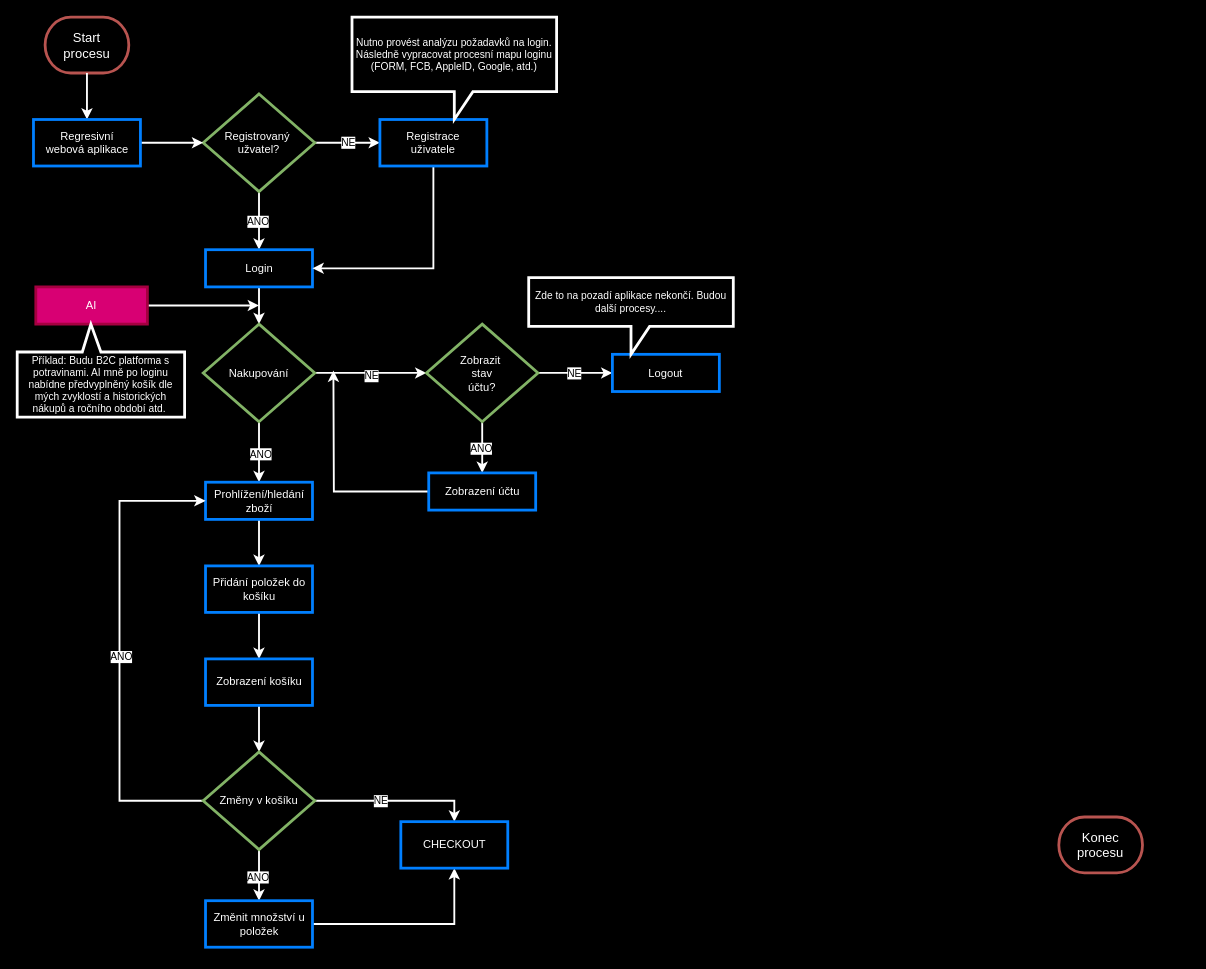
Earlier version of the draw.io diagram asseco_solutions/asseco_solution_case_study_v1.drawio (janbavor/drawio). Source tidied: cells renumbered, new cells numbered last; positions are measured from the earlier drawing's top-left corner, leaving out a move shared by most shapes. Both pictures are drawn from the tidied source at 93%, with x=0, y=0 at pixel (17, 17).
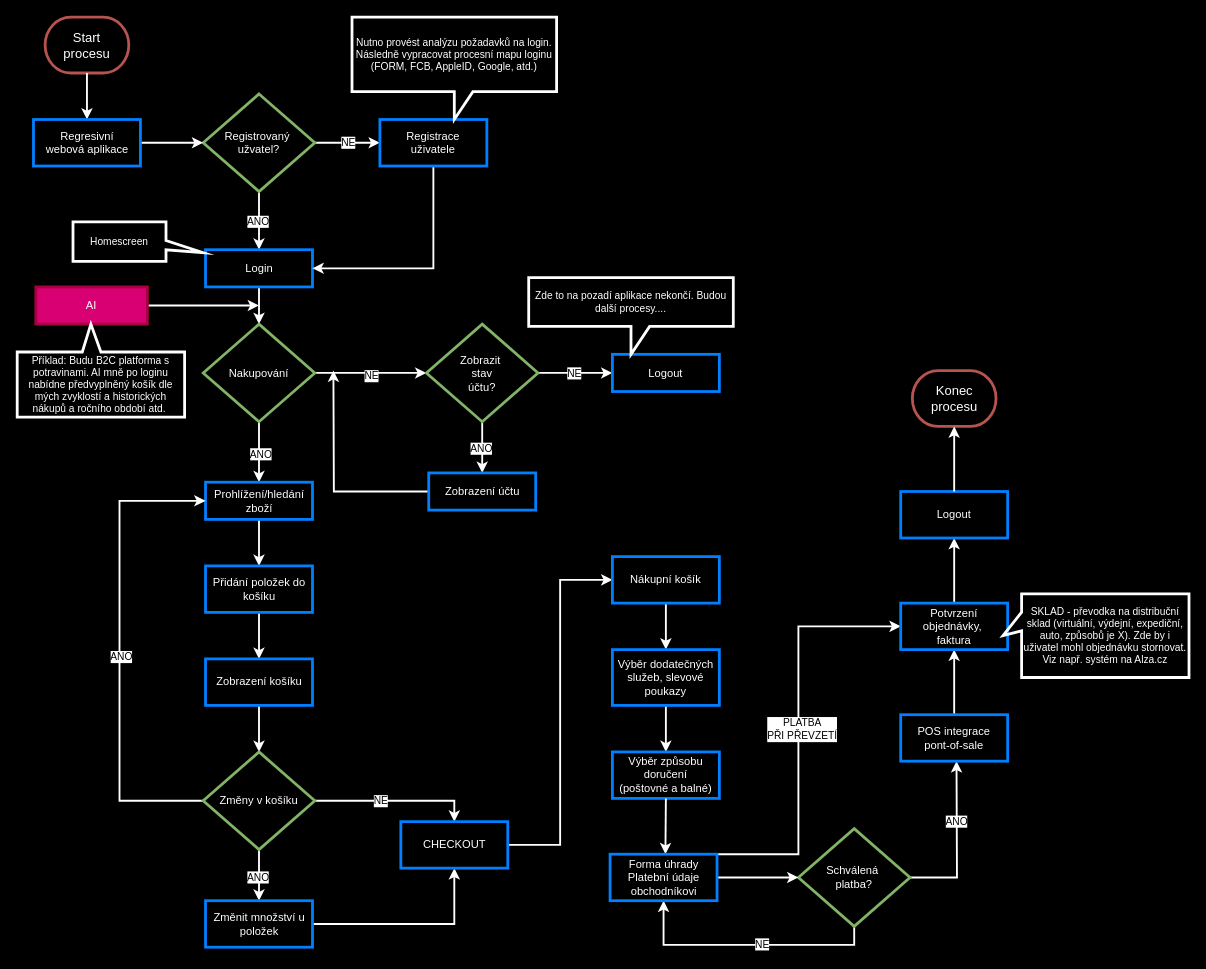
The same diagram, later.

Unchanged cells that the change refers to:
```xml
<mxCell id="53" value="&lt;font color=&quot;#ffffff&quot;&gt;CHECKOUT&lt;br&gt;&lt;/font&gt;" style="whiteSpace=wrap;html=1;fillColor=none;strokeColor=#007FFF;strokeWidth=3;fillStyle=auto;" parent="1" vertex="1">
  <mxGeometry x="412.5" y="865" width="115" height="50" as="geometry" />
</mxCell>
```

Change to the diagram source:
```diff
@@
     <mxCell id="2" value="&lt;font style=&quot;font-size: 14px;&quot; color=&quot;#ffffff&quot;&gt;Konec procesu&lt;/font&gt;" style="strokeWidth=3;html=1;shape=mxgraph.flowchart.terminator;whiteSpace=wrap;fillColor=none;strokeColor=#b85450;fillStyle=auto;" parent="1" vertex="1">
-      <mxGeometry x="1120" y="860" width="90" height="60" as="geometry" />
+      <mxGeometry x="962.5" y="380" width="90" height="60" as="geometry" />
     </mxCell>
@@
+    <mxCell id="54" style="edgeStyle=orthogonalEdgeStyle;shape=connector;rounded=0;jettySize=auto;html=1;exitX=1;exitY=0.5;exitDx=0;exitDy=0;entryX=0;entryY=0.5;entryDx=0;entryDy=0;labelBackgroundColor=default;strokeColor=#FFFFFF;strokeWidth=2;align=center;verticalAlign=middle;fontFamily=Helvetica;fontSize=11;fontColor=default;endArrow=classic;" parent="1" edge="1" source="53" target="56">
+      <mxGeometry relative="1" as="geometry" />
+    </mxCell>
@@
+    <mxCell id="55" style="edgeStyle=orthogonalEdgeStyle;shape=connector;rounded=0;jettySize=auto;html=1;exitX=0.5;exitY=1;exitDx=0;exitDy=0;entryX=0.5;entryY=0;entryDx=0;entryDy=0;labelBackgroundColor=default;strokeColor=#FFFFFF;strokeWidth=2;align=center;verticalAlign=middle;fontFamily=Helvetica;fontSize=11;fontColor=default;endArrow=classic;" parent="1" edge="1" source="56" target="58">
+      <mxGeometry relative="1" as="geometry" />
+    </mxCell>
+    <mxCell id="56" value="&lt;font color=&quot;#ffffff&quot;&gt;Nákupní košík&lt;br&gt;&lt;/font&gt;" style="whiteSpace=wrap;html=1;fillColor=none;strokeColor=#007FFF;strokeWidth=3;fillStyle=auto;" parent="1" vertex="1">
+      <mxGeometry x="640" y="580" width="115" height="50" as="geometry" />
+    </mxCell>
+    <mxCell id="57" style="edgeStyle=orthogonalEdgeStyle;shape=connector;rounded=0;jettySize=auto;html=1;entryX=0.5;entryY=0;entryDx=0;entryDy=0;labelBackgroundColor=default;strokeColor=#FFFFFF;strokeWidth=2;align=center;verticalAlign=middle;fontFamily=Helvetica;fontSize=11;fontColor=default;endArrow=classic;" parent="1" edge="1" source="58" target="59">
+      <mxGeometry relative="1" as="geometry" />
+    </mxCell>
+    <mxCell id="58" value="&lt;font color=&quot;#ffffff&quot;&gt;Výběr dodatečných služeb, slevové poukazy&lt;br&gt;&lt;/font&gt;" style="whiteSpace=wrap;html=1;fillColor=none;strokeColor=#007FFF;strokeWidth=3;fillStyle=auto;" parent="1" vertex="1">
+      <mxGeometry x="640" y="680" width="115" height="60" as="geometry" />
+    </mxCell>
+    <mxCell id="59" value="&lt;font color=&quot;#ffffff&quot;&gt;Výběr způsobu doručení &lt;br&gt;(poštovné a balné)&lt;br&gt;&lt;/font&gt;" style="whiteSpace=wrap;html=1;fillColor=none;strokeColor=#007FFF;strokeWidth=3;fillStyle=auto;" parent="1" vertex="1">
+      <mxGeometry x="640" y="790" width="115" height="50" as="geometry" />
+    </mxCell>
+    <mxCell id="60" style="edgeStyle=orthogonalEdgeStyle;shape=connector;rounded=0;jettySize=auto;html=1;exitX=1;exitY=0.5;exitDx=0;exitDy=0;labelBackgroundColor=default;strokeColor=#FFFFFF;strokeWidth=2;align=center;verticalAlign=middle;fontFamily=Helvetica;fontSize=11;fontColor=default;endArrow=classic;" parent="1" edge="1" source="64">
+      <mxGeometry relative="1" as="geometry">
+        <mxPoint x="1010" y="800" as="targetPoint" />
+      </mxGeometry>
+    </mxCell>
+    <mxCell id="61" value="ANO" style="edgeLabel;html=1;align=center;verticalAlign=middle;fontSize=11;fontFamily=Helvetica;fontColor=default;" parent="60" vertex="1">
+      <mxGeometry x="0.27" y="1" relative="1" as="geometry" />
+    </mxCell>
+    <mxCell id="62" style="edgeStyle=orthogonalEdgeStyle;shape=connector;rounded=0;jettySize=auto;html=1;exitX=0.5;exitY=1;exitDx=0;exitDy=0;entryX=0.5;entryY=1;entryDx=0;entryDy=0;labelBackgroundColor=default;strokeColor=#FFFFFF;strokeWidth=2;align=center;verticalAlign=middle;fontFamily=Helvetica;fontSize=11;fontColor=default;endArrow=classic;" parent="1" edge="1" source="64" target="69">
+      <mxGeometry relative="1" as="geometry" />
+    </mxCell>
+    <mxCell id="63" value="NE" style="edgeLabel;html=1;align=center;verticalAlign=middle;fontSize=11;fontFamily=Helvetica;fontColor=default;" parent="62" vertex="1">
+      <mxGeometry x="-0.12" y="-1" relative="1" as="geometry" />
+    </mxCell>
+    <mxCell id="64" value="&lt;font color=&quot;#ffffff&quot;&gt;Schválená&amp;nbsp;&lt;br&gt;platba?&lt;br&gt;&lt;/font&gt;" style="rhombus;whiteSpace=wrap;html=1;fillColor=none;strokeColor=#82b366;strokeWidth=3;fillStyle=auto;" parent="1" vertex="1">
+      <mxGeometry x="840" y="872.5" width="120" height="105" as="geometry" />
+    </mxCell>
+    <mxCell id="65" style="edgeStyle=orthogonalEdgeStyle;shape=connector;rounded=0;jettySize=auto;html=1;exitX=0.5;exitY=1;exitDx=0;exitDy=0;labelBackgroundColor=default;strokeColor=#FFFFFF;strokeWidth=2;align=center;verticalAlign=middle;fontFamily=Helvetica;fontSize=11;fontColor=default;endArrow=classic;" parent="1" edge="1" source="59">
+      <mxGeometry relative="1" as="geometry">
+        <mxPoint x="697" y="900" as="targetPoint" />
+      </mxGeometry>
+    </mxCell>
+    <mxCell id="66" style="edgeStyle=orthogonalEdgeStyle;shape=connector;rounded=0;jettySize=auto;html=1;exitX=1;exitY=0.5;exitDx=0;exitDy=0;entryX=0;entryY=0.5;entryDx=0;entryDy=0;labelBackgroundColor=default;strokeColor=#FFFFFF;strokeWidth=2;align=center;verticalAlign=middle;fontFamily=Helvetica;fontSize=11;fontColor=default;endArrow=classic;" parent="1" edge="1" source="69" target="64">
+      <mxGeometry relative="1" as="geometry" />
+    </mxCell>
+    <mxCell id="67" style="edgeStyle=orthogonalEdgeStyle;shape=connector;rounded=0;jettySize=auto;html=1;exitX=1;exitY=0;exitDx=0;exitDy=0;entryX=0;entryY=0.5;entryDx=0;entryDy=0;labelBackgroundColor=default;strokeColor=#FFFFFF;strokeWidth=2;align=center;verticalAlign=middle;fontFamily=Helvetica;fontSize=11;fontColor=default;endArrow=classic;" parent="1" edge="1" source="69" target="73">
+      <mxGeometry relative="1" as="geometry">
+        <Array as="points">
+          <mxPoint x="840" y="900" />
+          <mxPoint x="840" y="655" />
+        </Array>
+      </mxGeometry>
+    </mxCell>
+    <mxCell id="68" value="PLATBA &lt;br&gt;PŘI PŘEVZETÍ" style="edgeLabel;html=1;align=center;verticalAlign=middle;fontSize=11;fontFamily=Helvetica;fontColor=default;" parent="67" vertex="1">
+      <mxGeometry x="0.01" y="-3" relative="1" as="geometry">
+        <mxPoint y="1" as="offset" />
+      </mxGeometry>
+    </mxCell>
+    <mxCell id="69" value="&lt;font color=&quot;#ffffff&quot;&gt;Forma úhrady&lt;br&gt;Platební údaje obchodníkovi&lt;br&gt;&lt;/font&gt;" style="whiteSpace=wrap;html=1;fillColor=none;strokeColor=#007FFF;strokeWidth=3;fillStyle=auto;" parent="1" vertex="1">
+      <mxGeometry x="637.5" y="900" width="115" height="50" as="geometry" />
+    </mxCell>
+    <mxCell id="70" style="edgeStyle=orthogonalEdgeStyle;shape=connector;rounded=0;jettySize=auto;html=1;exitX=0.5;exitY=0;exitDx=0;exitDy=0;labelBackgroundColor=default;strokeColor=#FFFFFF;strokeWidth=2;align=center;verticalAlign=middle;fontFamily=Helvetica;fontSize=11;fontColor=default;endArrow=classic;" parent="1" edge="1" source="71" target="73">
+      <mxGeometry relative="1" as="geometry" />
+    </mxCell>
+    <mxCell id="71" value="&lt;font color=&quot;#ffffff&quot;&gt;POS integrace&lt;br&gt;pont-of-sale&lt;br&gt;&lt;/font&gt;" style="whiteSpace=wrap;html=1;fillColor=none;strokeColor=#007FFF;strokeWidth=3;fillStyle=auto;" parent="1" vertex="1">
+      <mxGeometry x="950" y="750" width="115" height="50" as="geometry" />
+    </mxCell>
+    <mxCell id="72" style="edgeStyle=orthogonalEdgeStyle;shape=connector;rounded=0;jettySize=auto;html=1;entryX=0.5;entryY=1;entryDx=0;entryDy=0;labelBackgroundColor=default;strokeColor=#FFFFFF;strokeWidth=2;align=center;verticalAlign=middle;fontFamily=Helvetica;fontSize=11;fontColor=default;endArrow=classic;" parent="1" edge="1" source="73" target="74">
+      <mxGeometry relative="1" as="geometry" />
+    </mxCell>
+    <mxCell id="73" value="&lt;font color=&quot;#ffffff&quot;&gt;Potvrzení objednávky,&amp;nbsp;&lt;br&gt;faktura&lt;br&gt;&lt;/font&gt;" style="whiteSpace=wrap;html=1;fillColor=none;strokeColor=#007FFF;strokeWidth=3;fillStyle=auto;" parent="1" vertex="1">
+      <mxGeometry x="950" y="630" width="115" height="50" as="geometry" />
+    </mxCell>
+    <mxCell id="74" value="&lt;font color=&quot;#ffffff&quot;&gt;Logout&lt;br&gt;&lt;/font&gt;" style="whiteSpace=wrap;html=1;fillColor=none;strokeColor=#007FFF;strokeWidth=3;fillStyle=auto;" parent="1" vertex="1">
+      <mxGeometry x="950" y="510" width="115" height="50" as="geometry" />
+    </mxCell>
+    <mxCell id="75" style="edgeStyle=orthogonalEdgeStyle;shape=connector;rounded=0;jettySize=auto;html=1;entryX=0.5;entryY=1;entryDx=0;entryDy=0;entryPerimeter=0;labelBackgroundColor=default;strokeColor=#FFFFFF;strokeWidth=2;align=center;verticalAlign=middle;fontFamily=Helvetica;fontSize=11;fontColor=default;endArrow=classic;" parent="1" edge="1" source="74" target="2">
+      <mxGeometry relative="1" as="geometry" />
+    </mxCell>
+    <mxCell id="76" value="Homescreen" style="shape=callout;whiteSpace=wrap;html=1;perimeter=calloutPerimeter;fontFamily=Helvetica;fontSize=11;fillColor=none;strokeColor=#FFFFFF;fontColor=#FFFFFF;strokeWidth=3;position2=0.22;direction=north;size=40;position=0.29;base=10;" parent="1" vertex="1">
+      <mxGeometry x="60" y="220" width="140" height="42.5" as="geometry" />
+    </mxCell>
+    <mxCell id="77" value="SKLAD - převodka na distribuční sklad (virtuální, výdejní, expediční, auto, způsobů je X). Zde by i uživatel mohl objednávku stornovat. Viz např. systém na Alza.cz" style="shape=callout;whiteSpace=wrap;html=1;perimeter=calloutPerimeter;fontFamily=Helvetica;fontSize=11;fillColor=none;strokeColor=#FFFFFF;fontColor=#FFFFFF;strokeWidth=3;direction=south;size=20;position=0.22;" parent="1" vertex="1">
+      <mxGeometry x="1060" y="620" width="200" height="90" as="geometry" />
+    </mxCell>
```
